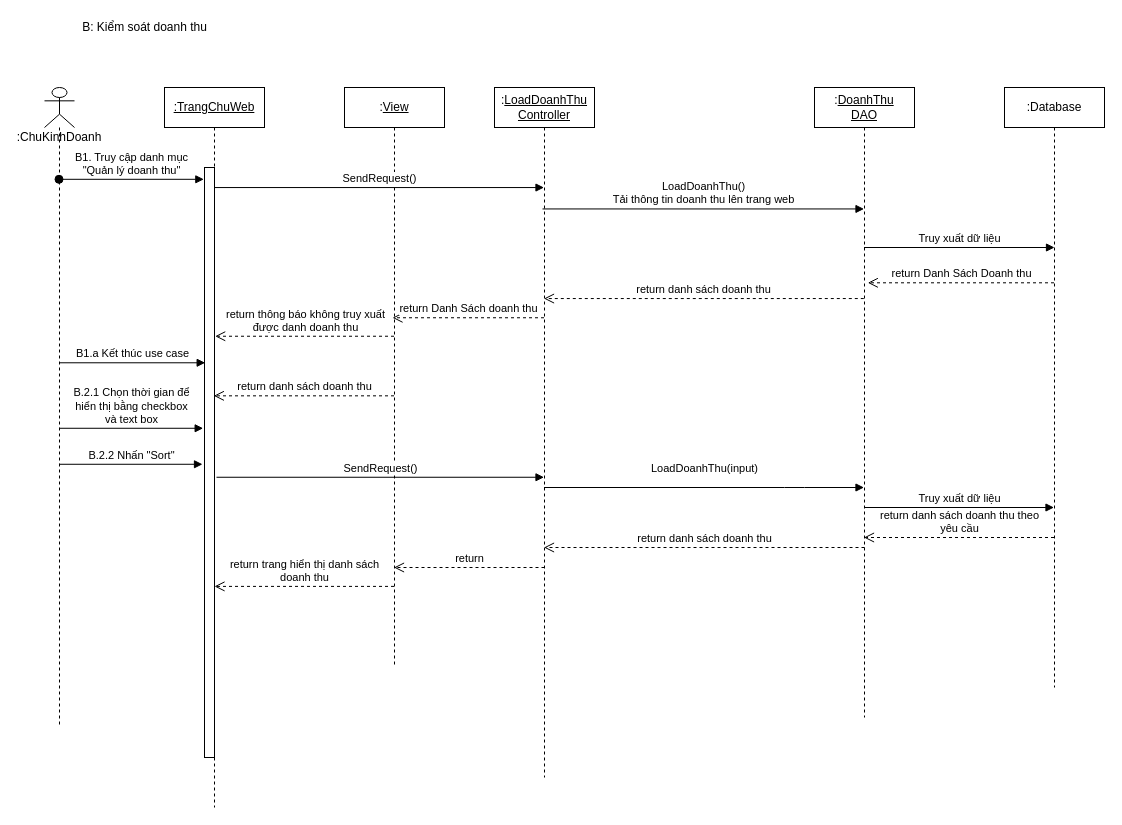
Earlier version of the draw.io diagram page "QuanLyDoanhThu_kiemsoat_consequence_diagram" (18 of 32) of do_an_cong_nghe_phan_mem.drawio (VoVanDuc20110635/DoAnCongNghePhanMem). Source tidied: cells renumbered, new cells numbered last; positions are measured from the earlier drawing's top-left corner, leaving out a move shared by most shapes. Both pictures are drawn from the tidied source at 100%, with x=0, y=0 at pixel (44, 17).
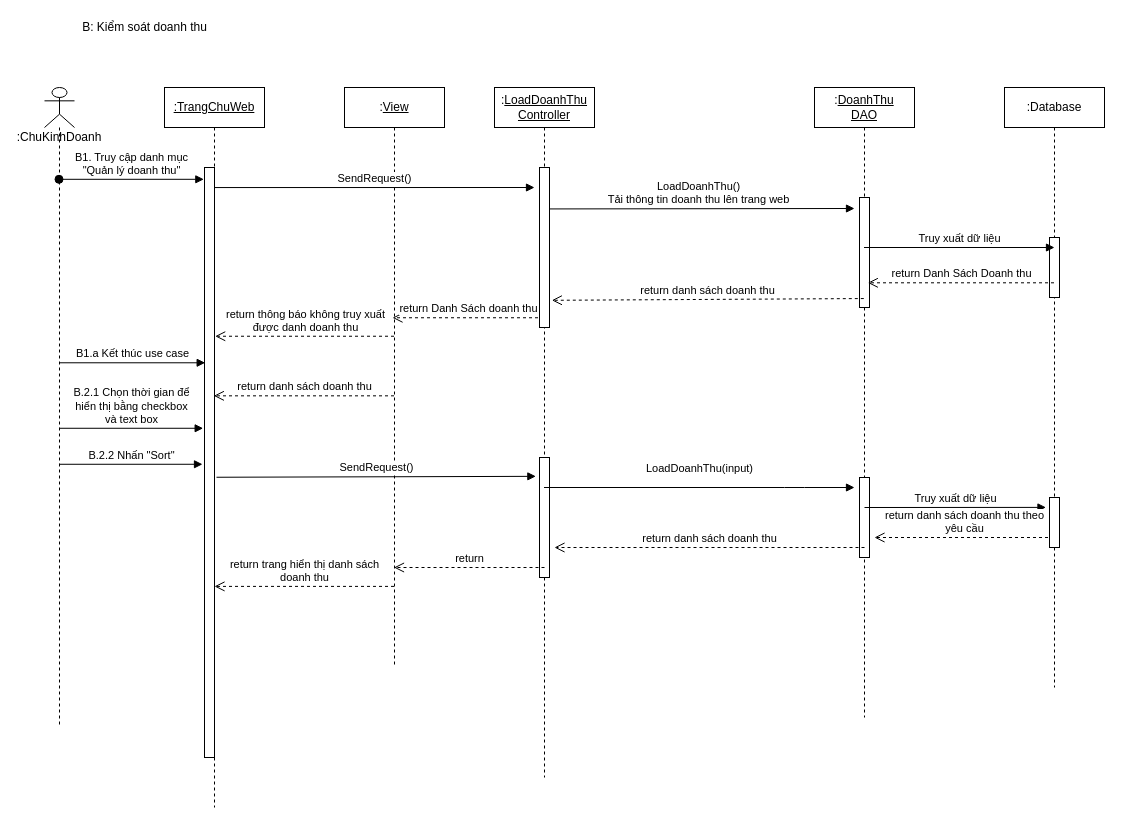
The same page after the edit.

Unchanged cells that the change refers to:
```xml
<mxCell id="4" style="html=1;points=[];perimeter=orthogonalPerimeter;" parent="3" vertex="1">
  <mxGeometry x="40" y="80" width="10" height="590" as="geometry" />
</mxCell>
<mxCell id="6" value=":&lt;u&gt;DoanhThu&lt;br&gt;DAO&lt;/u&gt;" style="shape=umlLifeline;perimeter=lifelinePerimeter;whiteSpace=wrap;html=1;outlineConnect=0;" parent="1" vertex="1">
  <mxGeometry x="770" y="70" width="100" height="630" as="geometry" />
</mxCell>
<mxCell id="7" value=":Database" style="shape=umlLifeline;perimeter=lifelinePerimeter;whiteSpace=wrap;html=1;outlineConnect=0;" parent="1" vertex="1">
  <mxGeometry x="960" y="70" width="100" height="600" as="geometry" />
</mxCell>
<mxCell id="22" value=":&lt;u&gt;LoadDoanhThu&lt;br&gt;Controller&lt;/u&gt;" style="shape=umlLifeline;perimeter=lifelinePerimeter;whiteSpace=wrap;html=1;outlineConnect=0;" parent="1" vertex="1">
  <mxGeometry x="450" y="70" width="100" height="690" as="geometry" />
</mxCell>
```

What changed in the source:
```diff
@@
+    <mxCell id="29" style="html=1;perimeter=orthogonalPerimeter;" parent="6" vertex="1">
+      <mxGeometry x="45" y="110" width="10" height="110" as="geometry" />
+    </mxCell>
+    <mxCell id="30" style="html=1;perimeter=orthogonalPerimeter;" parent="6" vertex="1">
+      <mxGeometry x="45" y="390" width="10" height="80" as="geometry" />
+    </mxCell>
@@
+    <mxCell id="31" style="html=1;perimeter=orthogonalPerimeter;" parent="7" vertex="1">
+      <mxGeometry x="45" y="150" width="10" height="60" as="geometry" />
+    </mxCell>
@@
-    <mxCell id="13" value="SendRequest()" style="html=1;verticalAlign=bottom;endArrow=block;exitX=0.967;exitY=0.034;exitDx=0;exitDy=0;exitPerimeter=0;" parent="1" edge="1" source="4" target="22">
-      <mxGeometry relative="1" as="geometry" />
+    <mxCell id="13" value="SendRequest()" style="html=1;verticalAlign=bottom;endArrow=block;exitX=0.967;exitY=0.034;exitDx=0;exitDy=0;exitPerimeter=0;" parent="1" edge="1" source="4">
+      <mxGeometry relative="1" as="geometry">
+        <mxPoint x="490" y="170" as="targetPoint" />
+      </mxGeometry>
     </mxCell>
-    <mxCell id="14" value="LoadDoanhThu()&lt;br&gt;Tải thông tin doanh thu lên trang web" style="html=1;verticalAlign=bottom;endArrow=block;exitX=0.48;exitY=0.176;exitDx=0;exitDy=0;exitPerimeter=0;" parent="1" edge="1" source="22" target="6">
-      <mxGeometry relative="1" as="geometry" />
+    <mxCell id="14" value="LoadDoanhThu()&lt;br&gt;Tải thông tin doanh thu lên trang web" style="html=1;verticalAlign=bottom;endArrow=block;exitX=0.48;exitY=0.176;exitDx=0;exitDy=0;exitPerimeter=0;" parent="1" edge="1" source="22">
+      <mxGeometry relative="1" as="geometry">
+        <mxPoint x="810" y="191" as="targetPoint" />
+      </mxGeometry>
     </mxCell>
@@
-    <mxCell id="17" value="return danh sách doanh thu" style="html=1;verticalAlign=bottom;endArrow=open;dashed=1;endSize=8;exitX=0.493;exitY=0.335;exitDx=0;exitDy=0;exitPerimeter=0;" parent="1" edge="1" source="6" target="22">
+    <mxCell id="17" value="return danh sách doanh thu" style="html=1;verticalAlign=bottom;endArrow=open;dashed=1;endSize=8;exitX=0.493;exitY=0.335;exitDx=0;exitDy=0;exitPerimeter=0;entryX=1.235;entryY=0.83;entryDx=0;entryDy=0;entryPerimeter=0;" parent="1" edge="1" source="6" target="32">
       <mxGeometry relative="1" as="geometry" />
     </mxCell>
@@
-    <mxCell id="21" value="SendRequest()" style="html=1;verticalAlign=bottom;endArrow=block;exitX=1.2;exitY=0.525;exitDx=0;exitDy=0;exitPerimeter=0;" parent="1" edge="1" source="4" target="22">
+    <mxCell id="21" value="SendRequest()" style="html=1;verticalAlign=bottom;endArrow=block;exitX=1.2;exitY=0.525;exitDx=0;exitDy=0;exitPerimeter=0;entryX=-0.365;entryY=0.157;entryDx=0;entryDy=0;entryPerimeter=0;" parent="1" edge="1" source="4" target="33">
       <mxGeometry relative="1" as="geometry" />
     </mxCell>
@@
+    <mxCell id="32" style="html=1;points=[];perimeter=orthogonalPerimeter;" parent="22" vertex="1">
+      <mxGeometry x="45" y="80" width="10" height="160" as="geometry" />
+    </mxCell>
+    <mxCell id="33" style="html=1;points=[];perimeter=orthogonalPerimeter;" parent="22" vertex="1">
+      <mxGeometry x="45" y="370" width="10" height="120" as="geometry" />
+    </mxCell>
-    <mxCell id="23" value="Truy xuất dữ liệu" style="html=1;verticalAlign=bottom;endArrow=block;" parent="1" edge="1" target="7">
+    <mxCell id="23" value="Truy xuất dữ liệu" style="html=1;verticalAlign=bottom;endArrow=block;entryX=-0.353;entryY=0.198;entryDx=0;entryDy=0;entryPerimeter=0;" parent="1" edge="1" target="34">
       <mxGeometry relative="1" as="geometry">
         <mxPoint x="820" y="490" as="sourcePoint" />
       </mxGeometry>
     </mxCell>
-    <mxCell id="24" value="LoadDoanhThu(input)" style="html=1;verticalAlign=bottom;endArrow=block;" parent="1" edge="1" source="22" target="6">
+    <mxCell id="24" value="LoadDoanhThu(input)" style="html=1;verticalAlign=bottom;endArrow=block;" parent="1" edge="1" source="22">
       <mxGeometry y="10" relative="1" as="geometry">
+        <mxPoint x="810" y="470" as="targetPoint" />
         <Array as="points">
           <mxPoint x="750" y="470" />
         </Array>
       </mxGeometry>
     </mxCell>
-    <mxCell id="25" value="return danh sách doanh thu theo&lt;br&gt;yêu cầu" style="html=1;verticalAlign=bottom;endArrow=open;dashed=1;endSize=8;" parent="1" edge="1" source="7" target="6">
+    <mxCell id="25" value="return danh sách doanh thu theo&lt;br&gt;yêu cầu" style="html=1;verticalAlign=bottom;endArrow=open;dashed=1;endSize=8;" parent="1" edge="1" source="7">
       <mxGeometry relative="1" as="geometry">
+        <mxPoint x="830" y="520" as="targetPoint" />
         <Array as="points">
           <mxPoint x="900" y="520" />
         </Array>
       </mxGeometry>
     </mxCell>
-    <mxCell id="26" value="return danh sách doanh thu" style="html=1;verticalAlign=bottom;endArrow=open;dashed=1;endSize=8;" parent="1" edge="1" target="22">
+    <mxCell id="26" value="return danh sách doanh thu" style="html=1;verticalAlign=bottom;endArrow=open;dashed=1;endSize=8;" parent="1" edge="1">
       <mxGeometry relative="1" as="geometry">
         <mxPoint x="820" y="530" as="sourcePoint" />
+        <mxPoint x="510" y="530" as="targetPoint" />
       </mxGeometry>
     </mxCell>
@@
+    <mxCell id="34" style="html=1;points=[];perimeter=orthogonalPerimeter;" parent="1" vertex="1">
+      <mxGeometry x="1005" y="480" width="10" height="50" as="geometry" />
+    </mxCell>
```
